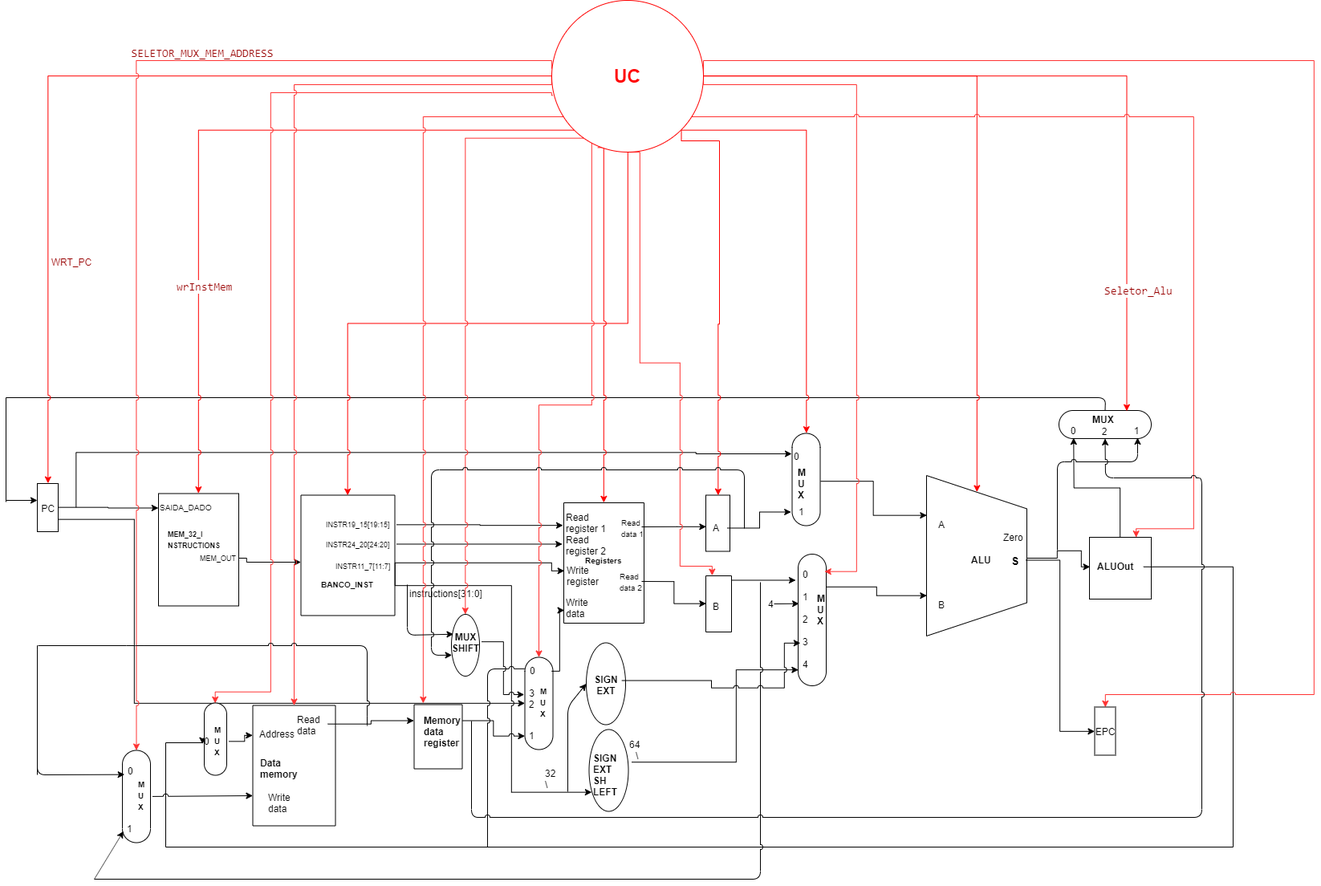
Earlier version of the draw.io export imageMaps/Arquitetura_da_CPU.png (lucasgrisiq/procRISCV). Source tidied: cells renumbered, new cells last; positions are measured from the earlier drawing's top-left corner, leaving out a move shared by most shapes.
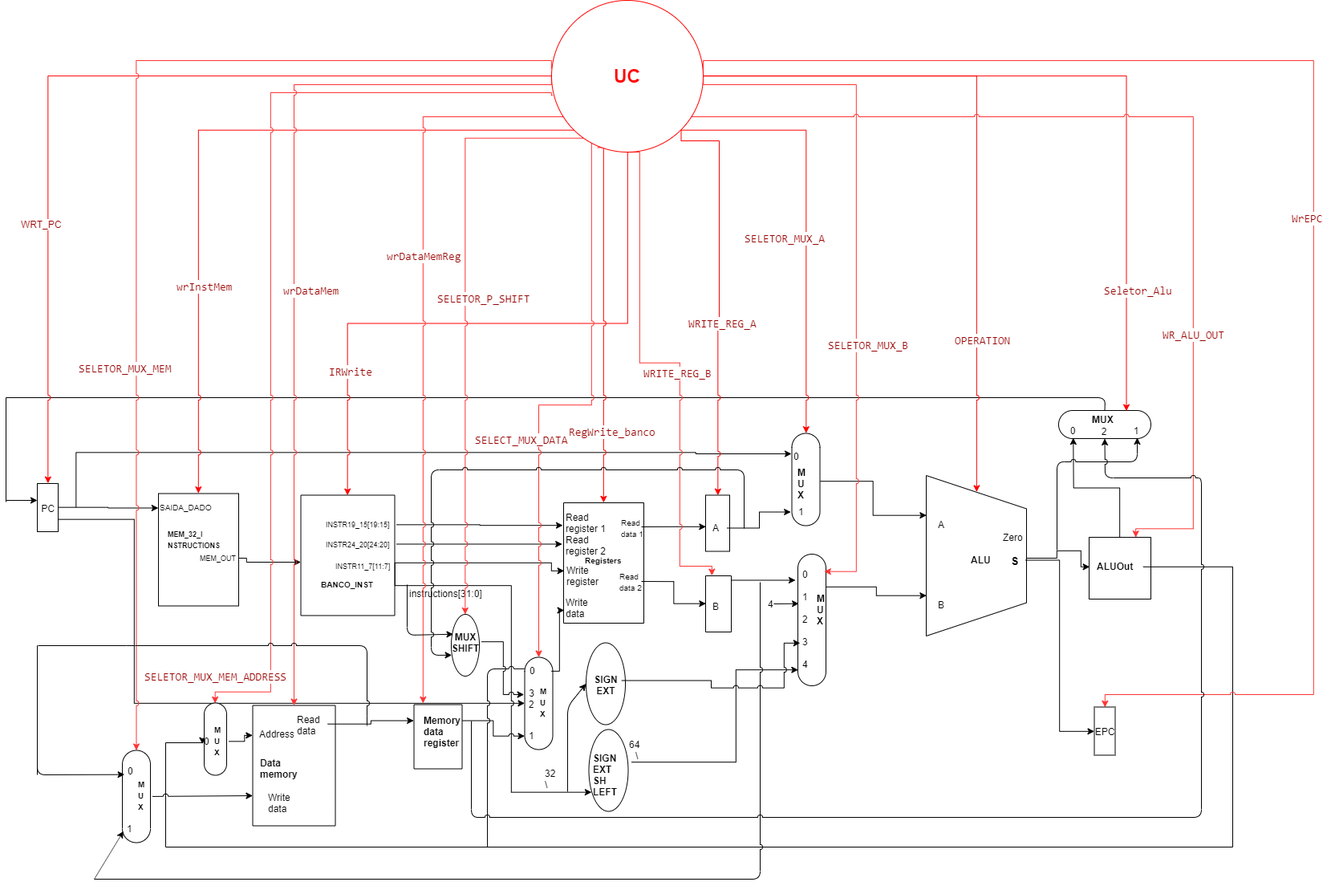
The same file after the commit.

Commit message:
arquitetura feita

The edit, as a diff of the source:
```diff
@@ -627,17 +627,59 @@
     <mxCell id="134" value="EPC" style="rounded=0;whiteSpace=wrap;html=1;rotation=0;" parent="1" vertex="1">
       <mxGeometry x="1356.5" y="880.5" width="26" height="60" as="geometry" />
     </mxCell>
-    <mxCell id="135" value="&lt;font color=&quot;#990000&quot;&gt;WRT_PC&lt;/font&gt;" style="text;html=1;strokeColor=none;fillColor=none;align=center;verticalAlign=middle;whiteSpace=wrap;rounded=0;" parent="1" vertex="1">
-      <mxGeometry x="60" y="315" width="40" height="20" as="geometry" />
-    </mxCell>
-    <mxCell id="136" value="&lt;div style=&quot;font-family: &amp;#34;consolas&amp;#34; , &amp;#34;courier new&amp;#34; , monospace ; font-size: 14px ; line-height: 19px ; white-space: pre&quot;&gt;&lt;span style=&quot;background-color: rgb(255 , 255 , 255)&quot;&gt;&lt;font color=&quot;#990000&quot;&gt;SELETOR_MUX_MEM_ADDRESS&lt;/font&gt;&lt;/span&gt;&lt;/div&gt;" style="text;html=1;strokeColor=none;fillColor=none;align=center;verticalAlign=middle;whiteSpace=wrap;rounded=0;" parent="1" vertex="1">
-      <mxGeometry x="224.5" y="55" width="40" height="20" as="geometry" />
-    </mxCell>
     <mxCell id="137" value="&lt;div style=&quot;font-family: &amp;#34;consolas&amp;#34; , &amp;#34;courier new&amp;#34; , monospace ; font-size: 14px ; line-height: 19px ; white-space: pre&quot;&gt;&lt;span style=&quot;background-color: rgb(255 , 255 , 255)&quot;&gt;&lt;font color=&quot;#990000&quot;&gt;wrInstMem&lt;/font&gt;&lt;/span&gt;&lt;/div&gt;" style="text;html=1;align=left;verticalAlign=top;spacingTop=-4;" parent="1" vertex="1">
       <mxGeometry x="211" y="345" width="80" height="20" as="geometry" />
     </mxCell>
     <mxCell id="138" value="&lt;div style=&quot;font-family: &amp;#34;consolas&amp;#34; , &amp;#34;courier new&amp;#34; , monospace ; font-size: 14px ; line-height: 19px ; white-space: pre&quot;&gt;&lt;span style=&quot;background-color: rgb(255 , 255 , 255)&quot;&gt;&lt;font color=&quot;#990000&quot;&gt;Seletor_Alu&lt;/font&gt;&lt;/span&gt;&lt;/div&gt;" style="text;html=1;align=left;verticalAlign=top;spacingTop=-4;" parent="1" vertex="1">
       <mxGeometry x="1367" y="350" width="100" height="20" as="geometry" />
     </mxCell>
+    <mxCell id="139" value="&lt;div style=&quot;font-family: &amp;#34;consolas&amp;#34; , &amp;#34;courier new&amp;#34; , monospace ; font-size: 14px ; line-height: 19px ; white-space: pre&quot;&gt;&lt;span style=&quot;background-color: rgb(255 , 255 , 255)&quot;&gt;&lt;font color=&quot;#990000&quot;&gt;OPERATION&lt;/font&gt;&lt;/span&gt;&lt;/div&gt;" style="text;html=1;align=left;verticalAlign=top;spacingTop=-4;" parent="1" vertex="1">
+      <mxGeometry x="1181" y="412" width="80" height="20" as="geometry" />
+    </mxCell>
+    <mxCell id="135" value="&lt;span style=&quot;color: rgb(153 , 0 , 0) ; text-align: center ; white-space: normal ; background-color: rgb(255 , 255 , 255)&quot;&gt;WRT_PC&lt;/span&gt;" style="text;html=1;align=left;verticalAlign=top;spacingTop=-4;" parent="1" vertex="1">
+      <mxGeometry x="17" y="270" width="70" height="10" as="geometry" />
+    </mxCell>
+    <mxCell id="140" value="&lt;div style=&quot;font-family: &amp;#34;consolas&amp;#34; , &amp;#34;courier new&amp;#34; , monospace ; font-size: 14px ; line-height: 19px ; white-space: pre&quot;&gt;&lt;span style=&quot;background-color: rgb(255 , 255 , 255)&quot;&gt;&lt;font color=&quot;#990000&quot;&gt;WRITE_REG_A&lt;/font&gt;&lt;/span&gt;&lt;/div&gt;" style="text;html=1;align=left;verticalAlign=top;spacingTop=-4;" parent="1" vertex="1">
+      <mxGeometry x="849" y="391" width="100" height="20" as="geometry" />
+    </mxCell>
+    <mxCell id="141" value="&lt;div style=&quot;font-family: &amp;#34;consolas&amp;#34; , &amp;#34;courier new&amp;#34; , monospace ; font-size: 14px ; line-height: 19px ; white-space: pre&quot;&gt;&lt;span style=&quot;background-color: rgb(255 , 255 , 255)&quot;&gt;&lt;font color=&quot;#990000&quot;&gt;WRITE_REG_B&lt;/font&gt;&lt;/span&gt;&lt;/div&gt;" style="text;html=1;align=left;verticalAlign=top;spacingTop=-4;" parent="1" vertex="1">
+      <mxGeometry x="792.5" y="453" width="100" height="20" as="geometry" />
+    </mxCell>
+    <mxCell id="142" value="&lt;div style=&quot;font-family: &amp;#34;consolas&amp;#34; , &amp;#34;courier new&amp;#34; , monospace ; font-size: 14px ; line-height: 19px ; white-space: pre&quot;&gt;&lt;span style=&quot;background-color: rgb(255 , 255 , 255)&quot;&gt;&lt;font color=&quot;#990000&quot;&gt;RegWrite_banco&lt;/font&gt;&lt;/span&gt;&lt;/div&gt;" style="text;html=1;align=left;verticalAlign=top;spacingTop=-4;" parent="1" vertex="1">
+      <mxGeometry x="700" y="525.5" width="120" height="20" as="geometry" />
+    </mxCell>
+    <mxCell id="143" value="&lt;div style=&quot;font-family: &amp;#34;consolas&amp;#34; , &amp;#34;courier new&amp;#34; , monospace ; font-size: 14px ; line-height: 19px ; white-space: pre&quot;&gt;&lt;span style=&quot;background-color: rgb(255 , 255 , 255)&quot;&gt;&lt;font color=&quot;#990000&quot;&gt;IRWrite&lt;/font&gt;&lt;/span&gt;&lt;/div&gt;" style="text;html=1;align=left;verticalAlign=top;spacingTop=-4;" parent="1" vertex="1">
+      <mxGeometry x="400.5" y="451" width="70" height="20" as="geometry" />
+    </mxCell>
+    <mxCell id="144" value="&lt;div style=&quot;font-family: &amp;#34;consolas&amp;#34; , &amp;#34;courier new&amp;#34; , monospace ; font-size: 14px ; line-height: 19px ; white-space: pre&quot;&gt;&lt;span style=&quot;background-color: rgb(255 , 255 , 255)&quot;&gt;&lt;font color=&quot;#990000&quot;&gt;wrDataMem&lt;/font&gt;&lt;/span&gt;&lt;/div&gt;" style="text;html=1;align=left;verticalAlign=top;spacingTop=-4;" parent="1" vertex="1">
+      <mxGeometry x="344" y="350" width="80" height="20" as="geometry" />
+    </mxCell>
+    <mxCell id="136" value="&lt;span style=&quot;color: rgb(153 , 0 , 0) ; font-family: &amp;#34;consolas&amp;#34; , &amp;#34;courier new&amp;#34; , monospace ; font-size: 14px ; text-align: center ; white-space: pre ; background-color: rgb(255 , 255 , 255)&quot;&gt;SELETOR_MUX_MEM_ADDRESS&lt;/span&gt;" style="text;html=1;align=left;verticalAlign=top;spacingTop=-4;" parent="1" vertex="1">
+      <mxGeometry x="171" y="832.5" width="190" height="10" as="geometry" />
+    </mxCell>
+    <mxCell id="145" value="&lt;div style=&quot;font-family: &amp;#34;consolas&amp;#34; , &amp;#34;courier new&amp;#34; , monospace ; font-size: 14px ; line-height: 19px ; white-space: pre&quot;&gt;&lt;span style=&quot;background-color: rgb(255 , 255 , 255)&quot;&gt;&lt;font color=&quot;#990000&quot;&gt;SELETOR_MUX_MEM&lt;/font&gt;&lt;/span&gt;&lt;/div&gt;" style="text;html=1;align=left;verticalAlign=top;spacingTop=-4;" parent="1" vertex="1">
+      <mxGeometry x="89" y="447" width="130" height="20" as="geometry" />
+    </mxCell>
+    <mxCell id="146" value="&lt;div style=&quot;font-family: &amp;#34;consolas&amp;#34; , &amp;#34;courier new&amp;#34; , monospace ; font-size: 14px ; line-height: 19px ; white-space: pre&quot;&gt;&lt;span style=&quot;background-color: rgb(255 , 255 , 255)&quot;&gt;&lt;font color=&quot;#990000&quot;&gt;WrEPC&lt;/font&gt;&lt;/span&gt;&lt;/div&gt;" style="text;html=1;align=left;verticalAlign=top;spacingTop=-4;" parent="1" vertex="1">
+      <mxGeometry x="1601" y="260" width="50" height="20" as="geometry" />
+    </mxCell>
+    <mxCell id="147" value="&lt;div style=&quot;font-family: &amp;#34;consolas&amp;#34; , &amp;#34;courier new&amp;#34; , monospace ; font-size: 14px ; line-height: 19px ; white-space: pre&quot;&gt;&lt;span style=&quot;background-color: rgb(255 , 255 , 255)&quot;&gt;&lt;font color=&quot;#990000&quot;&gt;WR_ALU_OUT&lt;/font&gt;&lt;/span&gt;&lt;/div&gt;" style="text;html=1;align=left;verticalAlign=top;spacingTop=-4;" parent="1" vertex="1">
+      <mxGeometry x="1440" y="405" width="90" height="20" as="geometry" />
+    </mxCell>
+    <mxCell id="148" value="&lt;div style=&quot;font-family: &amp;#34;consolas&amp;#34; , &amp;#34;courier new&amp;#34; , monospace ; font-size: 14px ; line-height: 19px ; white-space: pre&quot;&gt;&lt;font color=&quot;#990000&quot; style=&quot;background-color: rgb(255 , 255 , 255)&quot;&gt;SELETOR_MUX_A&lt;/font&gt;&lt;/div&gt;" style="text;html=1;align=left;verticalAlign=top;spacingTop=-4;" parent="1" vertex="1">
+      <mxGeometry x="918.5" y="285" width="120" height="20" as="geometry" />
+    </mxCell>
+    <mxCell id="149" value="&lt;div style=&quot;font-family: &amp;#34;consolas&amp;#34; , &amp;#34;courier new&amp;#34; , monospace ; font-size: 14px ; line-height: 19px ; white-space: pre&quot;&gt;&lt;font color=&quot;#990000&quot; style=&quot;background-color: rgb(255 , 255 , 255)&quot;&gt;SELETOR_MUX_B&lt;/font&gt;&lt;/div&gt;" style="text;html=1;align=left;verticalAlign=top;spacingTop=-4;" parent="1" vertex="1">
+      <mxGeometry x="1023.5" y="418" width="120" height="20" as="geometry" />
+    </mxCell>
+    <mxCell id="150" value="&lt;div style=&quot;font-family: &amp;#34;consolas&amp;#34; , &amp;#34;courier new&amp;#34; , monospace ; font-size: 14px ; line-height: 19px ; white-space: pre&quot;&gt;&lt;font color=&quot;#990000&quot; style=&quot;background-color: rgb(255 , 255 , 255)&quot;&gt;wrDataMemReg&lt;/font&gt;&lt;/div&gt;" style="text;html=1;align=left;verticalAlign=top;spacingTop=-4;" parent="1" vertex="1">
+      <mxGeometry x="473" y="307" width="110" height="20" as="geometry" />
+    </mxCell>
+    <mxCell id="151" value="&lt;div style=&quot;font-family: &amp;#34;consolas&amp;#34; , &amp;#34;courier new&amp;#34; , monospace ; font-size: 14px ; line-height: 19px ; white-space: pre&quot;&gt;&lt;font color=&quot;#990000&quot; style=&quot;background-color: rgb(255 , 255 , 255)&quot;&gt;SELETOR_P_SHIFT&lt;/font&gt;&lt;/div&gt;" style="text;html=1;align=left;verticalAlign=top;spacingTop=-4;" parent="1" vertex="1">
+      <mxGeometry x="536" y="360" width="130" height="20" as="geometry" />
+    </mxCell>
+    <mxCell id="152" value="&lt;div style=&quot;font-family: &amp;#34;consolas&amp;#34; , &amp;#34;courier new&amp;#34; , monospace ; font-size: 14px ; line-height: 19px ; white-space: pre&quot;&gt;&lt;span style=&quot;background-color: rgb(255 , 255 , 255)&quot;&gt;&lt;font color=&quot;#990000&quot;&gt;SELECT_MUX_DATA&lt;/font&gt;&lt;/span&gt;&lt;/div&gt;" style="text;html=1;align=left;verticalAlign=top;spacingTop=-4;" parent="1" vertex="1">
+      <mxGeometry x="583" y="535.5" width="130" height="20" as="geometry" />
+    </mxCell>
   </root>
 </mxGraphModel>
```
